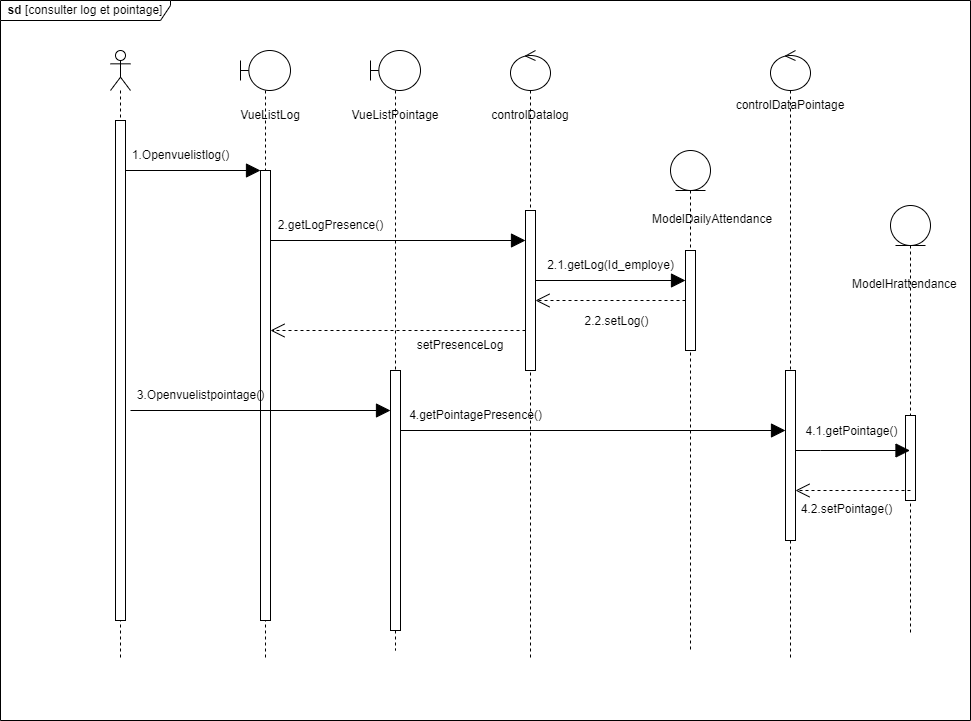
Siluearsene/borne_biometrique keeps this draw.io diagram as static/Diagramme des séquences conceptuel  log et pointage .drawio.png. Above is the earlier version. Source tidied: cells renumbered, new cells last; positions are measured from the earlier drawing's top-left corner, leaving out a move shared by most shapes.
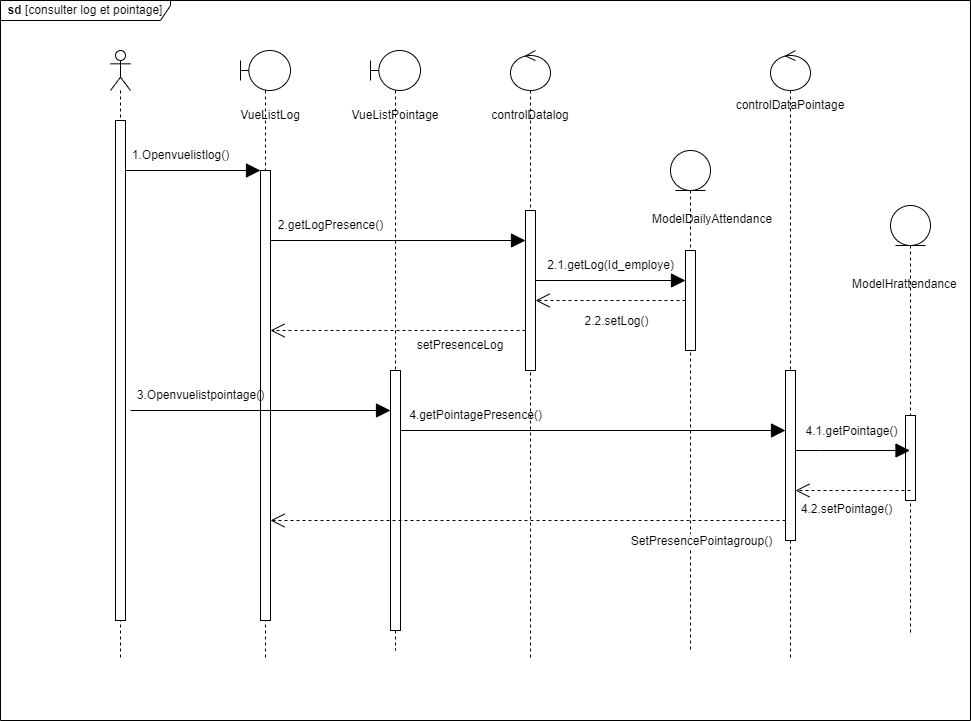
After the change.

Commit message:
Mettre à jour Diagramme des séquences conceptuel  log et pointage .drawio.png

Change to the diagram source:
```diff
@@ -144,5 +144,15 @@
         <mxPoint x="525" y="330" as="sourcePoint" />
       </mxGeometry>
     </mxCell>
+    <mxCell id="41" style="endArrow=open;dashed=1;endFill=0;endSize=12;html=1;rounded=0;" parent="1" edge="1" target="3">
+      <mxGeometry relative="1" as="geometry">
+        <mxPoint x="785" y="520" as="sourcePoint" />
+      </mxGeometry>
+    </mxCell>
+    <mxCell id="42" value="&lt;font style=&quot;font-size: 12px;&quot;&gt;SetPresencePointagroup()&lt;/font&gt;" style="edgeLabel;html=1;align=center;verticalAlign=middle;" parent="41" vertex="1">
+      <mxGeometry x="0.04" y="5" relative="1" as="geometry">
+        <mxPoint x="183" y="15" as="offset" />
+      </mxGeometry>
+    </mxCell>
   </root>
 </mxGraphModel>
```
